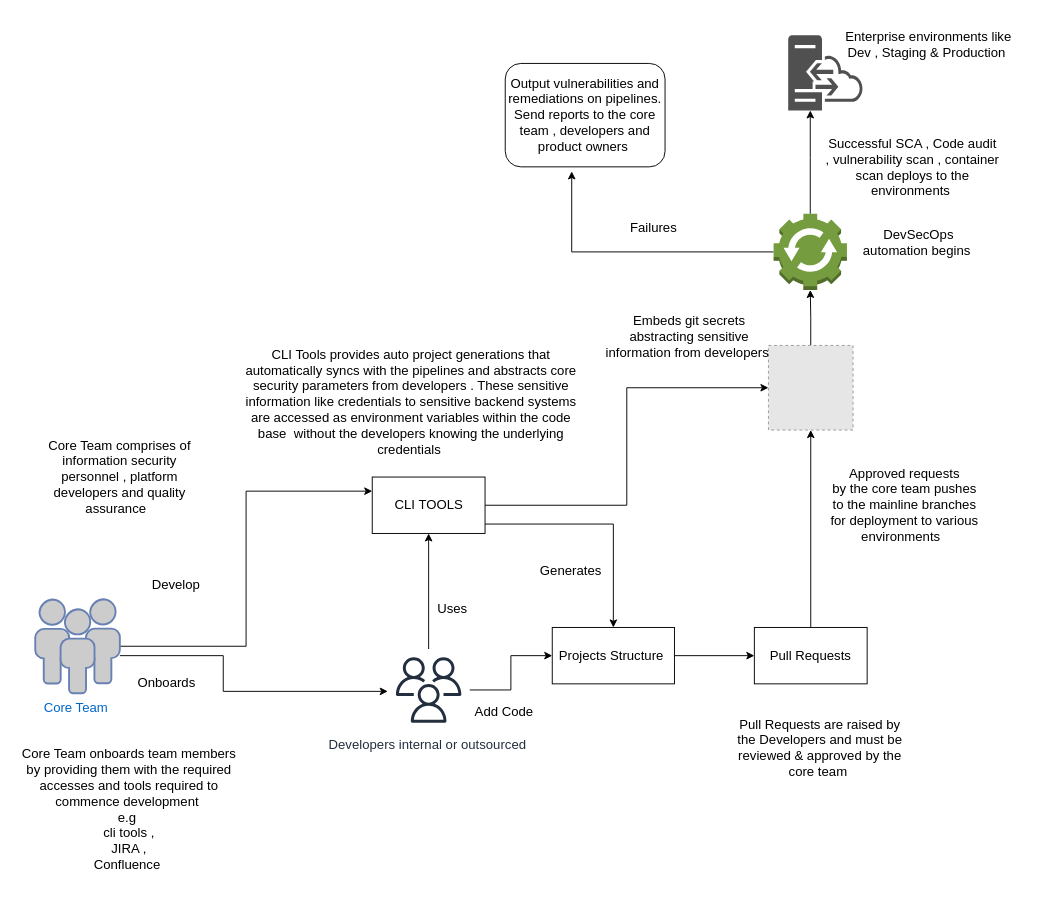
The draw.io diagram page "Internal process flow" (2 of 2) of icurity.drawio in tyger-rareatom/consulting-architectures, before the edit. Source tidied: cells renumbered, new cells numbered last; positions are measured from the earlier drawing's top-left corner, leaving out a move shared by most shapes. Both pictures are drawn from the tidied source at 94%, with x=0, y=0 at pixel (16, 16). Pictures stored in the file or linked from it are replaced by grey dashed boxes.
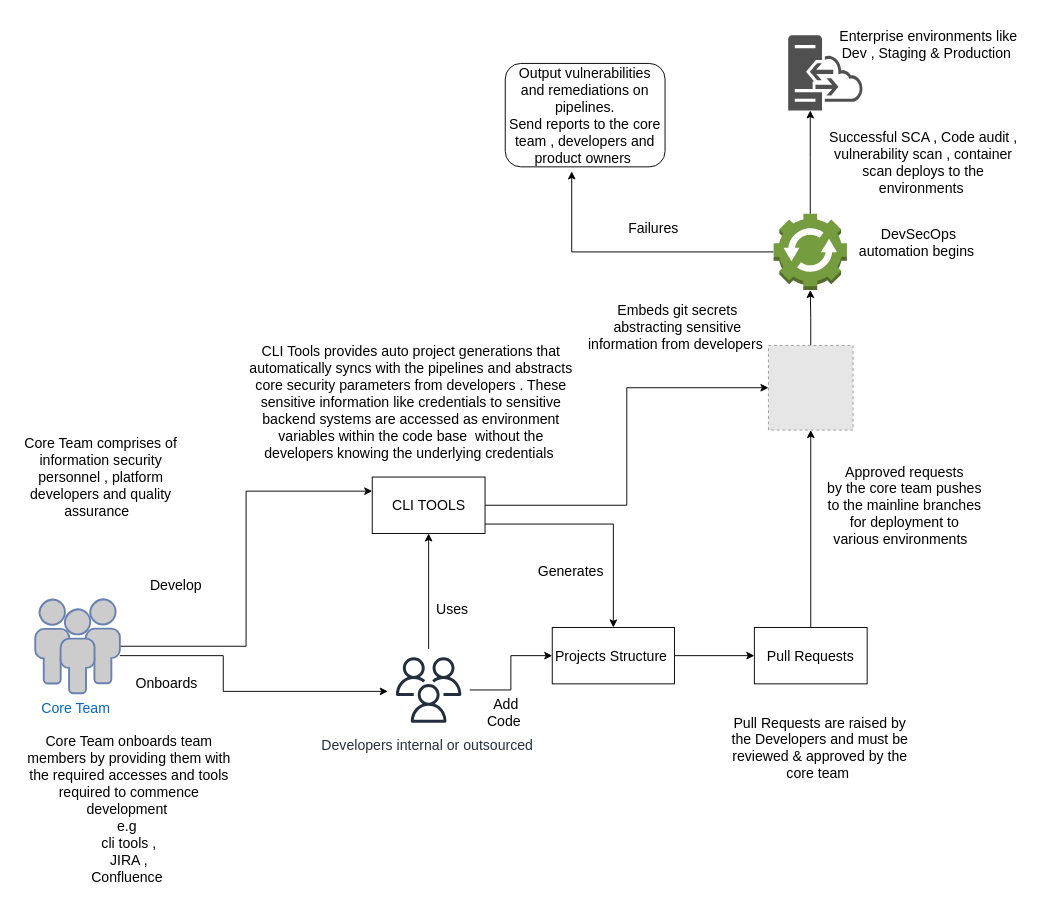
Above is the later version.

Commit message:
optimizing the process

The edit, as a diff of the source:
```diff
@@
-    <mxCell id="2" style="edgeStyle=orthogonalEdgeStyle;rounded=0;jettySize=auto;html=1;fontSize=14;" parent="1" edge="1" source="4" target="7">
+    <mxCell id="2" style="edgeStyle=orthogonalEdgeStyle;rounded=0;jettySize=auto;html=1;fontSize=15;" parent="1" edge="1" source="4" target="7">
       <mxGeometry relative="1" as="geometry">
         <Array as="points">
           <mxPoint x="220" y="680" />
           <mxPoint x="220" y="718" />
         </Array>
       </mxGeometry>
     </mxCell>
-    <mxCell id="3" style="edgeStyle=orthogonalEdgeStyle;rounded=0;jettySize=auto;html=1;entryX=0;entryY=0.25;entryDx=0;entryDy=0;fontSize=14;" parent="1" edge="1" source="4" target="12">
+    <mxCell id="3" style="edgeStyle=orthogonalEdgeStyle;rounded=0;jettySize=auto;html=1;entryX=0;entryY=0.25;entryDx=0;entryDy=0;fontSize=15;" parent="1" edge="1" source="4" target="12">
       <mxGeometry relative="1" as="geometry" />
     </mxCell>
-    <mxCell id="4" value="Core Team&amp;nbsp;" style="fontColor=#0066CC;verticalAlign=top;verticalLabelPosition=bottom;labelPosition=center;align=center;html=1;outlineConnect=0;fillColor=#CCCCCC;strokeColor=#6881B3;gradientColor=none;gradientDirection=north;strokeWidth=2;shape=mxgraph.networks.users;fontSize=14;" parent="1" vertex="1">
+    <mxCell id="4" value="Core Team&amp;nbsp;" style="fontColor=#0066CC;verticalAlign=top;verticalLabelPosition=bottom;labelPosition=center;align=center;html=1;outlineConnect=0;fillColor=#CCCCCC;strokeColor=#6881B3;gradientColor=none;gradientDirection=north;strokeWidth=2;shape=mxgraph.networks.users;fontSize=15;" parent="1" vertex="1">
       <mxGeometry x="20" y="620" width="90" height="100" as="geometry" />
     </mxCell>
-    <mxCell id="5" style="edgeStyle=orthogonalEdgeStyle;rounded=0;jettySize=auto;html=1;entryX=0.5;entryY=1;entryDx=0;entryDy=0;fontSize=14;" parent="1" edge="1" source="7" target="12">
+    <mxCell id="5" style="edgeStyle=orthogonalEdgeStyle;rounded=0;jettySize=auto;html=1;entryX=0.5;entryY=1;entryDx=0;entryDy=0;fontSize=15;" parent="1" edge="1" source="7" target="12">
       <mxGeometry relative="1" as="geometry" />
     </mxCell>
-    <mxCell id="6" style="edgeStyle=orthogonalEdgeStyle;rounded=0;jettySize=auto;html=1;entryX=0;entryY=0.5;entryDx=0;entryDy=0;fontSize=14;" parent="1" edge="1" source="7" target="20">
+    <mxCell id="6" style="edgeStyle=orthogonalEdgeStyle;rounded=0;jettySize=auto;html=1;entryX=0;entryY=0.5;entryDx=0;entryDy=0;fontSize=15;" parent="1" edge="1" source="7" target="20">
       <mxGeometry relative="1" as="geometry" />
     </mxCell>
-    <mxCell id="7" value="&lt;font style=&quot;font-size: 14px&quot;&gt;Developers internal or outsourced&amp;nbsp;&lt;/font&gt;" style="sketch=0;outlineConnect=0;fontColor=#232F3E;gradientColor=none;strokeColor=#232F3E;fillColor=#ffffff;dashed=0;verticalLabelPosition=bottom;verticalAlign=top;align=center;html=1;fontSize=14;fontStyle=0;shape=mxgraph.aws4.resourceIcon;resIcon=mxgraph.aws4.users;" parent="1" vertex="1">
+    <mxCell id="7" value="&lt;font style=&quot;font-size: 15px;&quot;&gt;Developers internal or outsourced&amp;nbsp;&lt;/font&gt;" style="sketch=0;outlineConnect=0;fontColor=#232F3E;gradientColor=none;strokeColor=#232F3E;fillColor=#ffffff;dashed=0;verticalLabelPosition=bottom;verticalAlign=top;align=center;html=1;fontSize=15;fontStyle=0;shape=mxgraph.aws4.resourceIcon;resIcon=mxgraph.aws4.users;" parent="1" vertex="1">
       <mxGeometry x="395" y="673" width="87" height="87" as="geometry" />
     </mxCell>
-    <mxCell id="8" value="&lt;font style=&quot;font-size: 14px&quot;&gt;Core Team onboards team members by providing them with the required accesses and tools required to commence development&amp;nbsp;&lt;br style=&quot;font-size: 14px;&quot;&gt;e.g&amp;nbsp;&lt;br style=&quot;font-size: 14px;&quot;&gt;cli tools ,&lt;br style=&quot;font-size: 14px;&quot;&gt;JIRA ,&lt;br style=&quot;font-size: 14px;&quot;&gt;Confluence&amp;nbsp;&lt;/font&gt;" style="text;html=1;strokeColor=none;fillColor=none;align=center;verticalAlign=middle;whiteSpace=wrap;rounded=0;fontSize=14;" parent="1" vertex="1">
+    <mxCell id="8" value="&lt;font style=&quot;font-size: 15px;&quot;&gt;Core Team onboards team members by providing them with the required accesses and tools required to commence development&amp;nbsp;&lt;br style=&quot;font-size: 15px;&quot;&gt;e.g&amp;nbsp;&lt;br style=&quot;font-size: 15px;&quot;&gt;cli tools ,&lt;br style=&quot;font-size: 15px;&quot;&gt;JIRA ,&lt;br style=&quot;font-size: 15px;&quot;&gt;Confluence&amp;nbsp;&lt;/font&gt;" style="text;html=1;strokeColor=none;fillColor=none;align=center;verticalAlign=middle;whiteSpace=wrap;rounded=0;fontSize=15;" parent="1" vertex="1">
       <mxGeometry y="780" width="240" height="125" as="geometry" />
     </mxCell>
-    <mxCell id="9" value="&lt;font style=&quot;font-size: 14px&quot;&gt;Core Team comprises of information security personnel , platform developers and quality assurance&amp;nbsp;&amp;nbsp;&lt;/font&gt;" style="text;html=1;strokeColor=none;fillColor=none;align=center;verticalAlign=middle;whiteSpace=wrap;rounded=0;fontSize=14;" parent="1" vertex="1">
-      <mxGeometry x="20" y="420" width="180" height="140" as="geometry" />
+    <mxCell id="9" value="&lt;font style=&quot;font-size: 15px;&quot;&gt;Core Team comprises of information security personnel , platform developers and quality assurance&amp;nbsp;&amp;nbsp;&lt;/font&gt;" style="text;html=1;strokeColor=none;fillColor=none;align=center;verticalAlign=middle;whiteSpace=wrap;rounded=0;fontSize=15;" parent="1" vertex="1">
+      <mxGeometry y="420" width="180" height="140" as="geometry" />
     </mxCell>
-    <mxCell id="10" style="edgeStyle=orthogonalEdgeStyle;rounded=0;jettySize=auto;html=1;entryX=0;entryY=0.5;entryDx=0;entryDy=0;fontSize=14;" parent="1" edge="1" source="12" target="17">
+    <mxCell id="10" style="edgeStyle=orthogonalEdgeStyle;rounded=0;jettySize=auto;html=1;entryX=0;entryY=0.5;entryDx=0;entryDy=0;fontSize=15;" parent="1" edge="1" source="12" target="17">
       <mxGeometry relative="1" as="geometry" />
     </mxCell>
-    <mxCell id="11" style="edgeStyle=orthogonalEdgeStyle;rounded=0;jettySize=auto;html=1;fontSize=14;" parent="1" edge="1" source="12" target="20">
+    <mxCell id="11" style="edgeStyle=orthogonalEdgeStyle;rounded=0;jettySize=auto;html=1;fontSize=15;" parent="1" edge="1" source="12" target="20">
       <mxGeometry relative="1" as="geometry">
         <Array as="points">
           <mxPoint x="635" y="540" />
         </Array>
       </mxGeometry>
     </mxCell>
-    <mxCell id="12" value="CLI TOOLS" style="rounded=0;whiteSpace=wrap;html=1;fontSize=14;" parent="1" vertex="1">
+    <mxCell id="12" value="CLI TOOLS" style="rounded=0;whiteSpace=wrap;html=1;fontSize=15;" parent="1" vertex="1">
       <mxGeometry x="378.5" y="490" width="120" height="60" as="geometry" />
     </mxCell>
-    <mxCell id="13" value="Develop" style="text;html=1;strokeColor=none;fillColor=none;align=center;verticalAlign=middle;whiteSpace=wrap;rounded=0;fontSize=14;" parent="1" vertex="1">
+    <mxCell id="13" value="Develop" style="text;html=1;strokeColor=none;fillColor=none;align=center;verticalAlign=middle;whiteSpace=wrap;rounded=0;fontSize=15;" parent="1" vertex="1">
       <mxGeometry x="130" y="590" width="80" height="30" as="geometry" />
     </mxCell>
-    <mxCell id="14" value="Onboards" style="text;html=1;strokeColor=none;fillColor=none;align=center;verticalAlign=middle;whiteSpace=wrap;rounded=0;fontSize=14;" parent="1" vertex="1">
+    <mxCell id="14" value="Onboards" style="text;html=1;strokeColor=none;fillColor=none;align=center;verticalAlign=middle;whiteSpace=wrap;rounded=0;fontSize=15;" parent="1" vertex="1">
       <mxGeometry x="120" y="698" width="80" height="22" as="geometry" />
     </mxCell>
-    <mxCell id="15" value="&lt;font style=&quot;font-size: 14px&quot;&gt;CLI Tools provides auto project generations that automatically syncs with the pipelines and abstracts core security parameters from developers . These sensitive information like credentials to sensitive backend systems are accessed as environment variables within the code base&amp;nbsp; without the developers knowing the underlying credentials&amp;nbsp;&lt;/font&gt;" style="text;html=1;strokeColor=none;fillColor=none;align=center;verticalAlign=middle;whiteSpace=wrap;rounded=0;fontSize=14;" parent="1" vertex="1">
+    <mxCell id="15" value="&lt;font style=&quot;font-size: 15px;&quot;&gt;CLI Tools provides auto project generations that automatically syncs with the pipelines and abstracts core security parameters from developers . These sensitive information like credentials to sensitive backend systems are accessed as environment variables within the code base&amp;nbsp; without the developers knowing the underlying credentials&amp;nbsp;&lt;/font&gt;" style="text;html=1;strokeColor=none;fillColor=none;align=center;verticalAlign=middle;whiteSpace=wrap;rounded=0;fontSize=15;" parent="1" vertex="1">
       <mxGeometry x="240" y="350" width="360" height="120" as="geometry" />
     </mxCell>
-    <mxCell id="16" style="edgeStyle=orthogonalEdgeStyle;rounded=0;jettySize=auto;html=1;fontSize=14;" parent="1" edge="1" source="17" target="31">
+    <mxCell id="16" style="edgeStyle=orthogonalEdgeStyle;rounded=0;jettySize=auto;html=1;fontSize=15;" parent="1" edge="1" source="17" target="31">
       <mxGeometry relative="1" as="geometry" />
     </mxCell>
-    <mxCell id="17" style="fillColor=#E6E6E6;strokeColor=#999999;dashed=1;html=1;verticalAlign=top;verticalLabelPosition=bottom;labelBackgroundColor=#ffffff;fontSize=14;" parent="1" vertex="1">
+    <mxCell id="17" style="fillColor=#E6E6E6;strokeColor=#999999;dashed=1;html=1;verticalAlign=top;verticalLabelPosition=bottom;labelBackgroundColor=#ffffff;fontSize=15;" parent="1" vertex="1">
       <mxGeometry x="800" y="350" width="90" height="90" as="geometry" />
     </mxCell>
-    <mxCell id="18" value="&lt;font style=&quot;font-size: 14px&quot;&gt;Embeds git secrets abstracting sensitive information from developers&amp;nbsp;&lt;/font&gt;" style="text;html=1;strokeColor=none;fillColor=none;align=center;verticalAlign=middle;whiteSpace=wrap;rounded=0;fontSize=14;" parent="1" vertex="1">
-      <mxGeometry x="625.5" y="291" width="180" height="100" as="geometry" />
+    <mxCell id="18" value="&lt;font style=&quot;font-size: 15px;&quot;&gt;Embeds git secrets abstracting sensitive information from developers&amp;nbsp;&lt;/font&gt;" style="text;html=1;strokeColor=none;fillColor=none;align=center;verticalAlign=middle;whiteSpace=wrap;rounded=0;fontSize=15;" parent="1" vertex="1">
+      <mxGeometry x="601" y="280" width="204.5" height="100" as="geometry" />
     </mxCell>
-    <mxCell id="19" style="edgeStyle=orthogonalEdgeStyle;rounded=0;jettySize=auto;html=1;fontSize=14;" parent="1" edge="1" source="20" target="25">
+    <mxCell id="19" style="edgeStyle=orthogonalEdgeStyle;rounded=0;jettySize=auto;html=1;fontSize=15;" parent="1" edge="1" source="20" target="25">
       <mxGeometry relative="1" as="geometry" />
     </mxCell>
-    <mxCell id="20" value="&lt;span style=&quot;font-size: 14px&quot;&gt;Projects Structure&amp;nbsp;&lt;/span&gt;" style="rounded=0;whiteSpace=wrap;html=1;fontSize=14;" parent="1" vertex="1">
+    <mxCell id="20" value="&lt;span style=&quot;font-size: 15px;&quot;&gt;Projects Structure&amp;nbsp;&lt;/span&gt;" style="rounded=0;whiteSpace=wrap;html=1;fontSize=15;" parent="1" vertex="1">
       <mxGeometry x="570" y="650" width="130" height="60" as="geometry" />
     </mxCell>
-    <mxCell id="21" value="Uses&amp;nbsp;" style="text;html=1;strokeColor=none;fillColor=none;align=center;verticalAlign=middle;whiteSpace=wrap;rounded=0;fontSize=14;" parent="1" vertex="1">
+    <mxCell id="21" value="Uses&amp;nbsp;" style="text;html=1;strokeColor=none;fillColor=none;align=center;verticalAlign=middle;whiteSpace=wrap;rounded=0;fontSize=15;" parent="1" vertex="1">
       <mxGeometry x="446" y="620" width="40" height="20" as="geometry" />
     </mxCell>
-    <mxCell id="22" value="Generates" style="text;html=1;strokeColor=none;fillColor=none;align=center;verticalAlign=middle;whiteSpace=wrap;rounded=0;fontSize=14;" parent="1" vertex="1">
+    <mxCell id="22" value="Generates" style="text;html=1;strokeColor=none;fillColor=none;align=center;verticalAlign=middle;whiteSpace=wrap;rounded=0;fontSize=15;" parent="1" vertex="1">
       <mxGeometry x="570" y="580" width="40" height="20" as="geometry" />
     </mxCell>
-    <mxCell id="23" value="Add Code&amp;nbsp;" style="text;html=1;strokeColor=none;fillColor=none;align=center;verticalAlign=middle;whiteSpace=wrap;rounded=0;fontSize=14;" parent="1" vertex="1">
+    <mxCell id="23" value="Add Code&amp;nbsp;" style="text;html=1;strokeColor=none;fillColor=none;align=center;verticalAlign=middle;whiteSpace=wrap;rounded=0;fontSize=15;" parent="1" vertex="1">
       <mxGeometry x="486" y="730" width="70" height="20" as="geometry" />
     </mxCell>
-    <mxCell id="24" style="edgeStyle=orthogonalEdgeStyle;rounded=0;jettySize=auto;html=1;fontSize=14;" parent="1" edge="1" source="25" target="17">
+    <mxCell id="24" style="edgeStyle=orthogonalEdgeStyle;rounded=0;jettySize=auto;html=1;fontSize=15;" parent="1" edge="1" source="25" target="17">
       <mxGeometry relative="1" as="geometry" />
     </mxCell>
-    <mxCell id="25" value="&lt;span style=&quot;font-size: 14px&quot;&gt;Pull Requests&lt;/span&gt;" style="rounded=0;whiteSpace=wrap;html=1;fontSize=14;" parent="1" vertex="1">
+    <mxCell id="25" value="&lt;span style=&quot;font-size: 15px;&quot;&gt;Pull Requests&lt;/span&gt;" style="rounded=0;whiteSpace=wrap;html=1;fontSize=15;" parent="1" vertex="1">
       <mxGeometry x="785" y="650" width="120" height="60" as="geometry" />
     </mxCell>
-    <mxCell id="26" value="&lt;font style=&quot;font-size: 14px&quot;&gt;Pull Requests are raised by the Developers and must be reviewed &amp;amp; approved by the core team&amp;nbsp;&lt;/font&gt;" style="text;html=1;strokeColor=none;fillColor=none;align=center;verticalAlign=middle;whiteSpace=wrap;rounded=0;fontSize=14;" parent="1" vertex="1">
+    <mxCell id="26" value="&lt;font style=&quot;font-size: 15px;&quot;&gt;Pull Requests are raised by the Developers and must be reviewed &amp;amp; approved by the core team&amp;nbsp;&lt;/font&gt;" style="text;html=1;strokeColor=none;fillColor=none;align=center;verticalAlign=middle;whiteSpace=wrap;rounded=0;fontSize=15;" parent="1" vertex="1">
       <mxGeometry x="760" y="720" width="190" height="115" as="geometry" />
     </mxCell>
-    <mxCell id="27" value="&lt;font style=&quot;font-size: 14px&quot;&gt;Approved requests&lt;br style=&quot;font-size: 14px;&quot;&gt;by the core team pushes to the mainline branches for deployment to various environments&amp;nbsp;&amp;nbsp;&lt;/font&gt;" style="text;html=1;strokeColor=none;fillColor=none;align=center;verticalAlign=middle;whiteSpace=wrap;rounded=0;fontSize=14;" parent="1" vertex="1">
+    <mxCell id="27" value="&lt;font style=&quot;font-size: 15px;&quot;&gt;Approved requests&lt;br style=&quot;font-size: 15px;&quot;&gt;by the core team pushes to the mainline branches for deployment to various environments&amp;nbsp;&amp;nbsp;&lt;/font&gt;" style="text;html=1;strokeColor=none;fillColor=none;align=center;verticalAlign=middle;whiteSpace=wrap;rounded=0;fontSize=15;" parent="1" vertex="1">
       <mxGeometry x="860" y="465" width="170" height="110" as="geometry" />
     </mxCell>
-    <mxCell id="28" style="sketch=0;shadow=0;dashed=0;html=1;strokeColor=none;fillColor=#505050;labelPosition=center;verticalLabelPosition=bottom;verticalAlign=top;outlineConnect=0;align=center;shape=mxgraph.office.servers.hybrid_server;fontSize=14;" parent="1" vertex="1">
+    <mxCell id="28" style="sketch=0;shadow=0;dashed=0;html=1;strokeColor=none;fillColor=#505050;labelPosition=center;verticalLabelPosition=bottom;verticalAlign=top;outlineConnect=0;align=center;shape=mxgraph.office.servers.hybrid_server;fontSize=15;" parent="1" vertex="1">
       <mxGeometry x="821" y="20" width="79" height="80" as="geometry" />
     </mxCell>
-    <mxCell id="29" style="edgeStyle=orthogonalEdgeStyle;rounded=0;jettySize=auto;html=1;fontSize=14;" parent="1" edge="1" source="31" target="28">
+    <mxCell id="29" style="edgeStyle=orthogonalEdgeStyle;rounded=0;jettySize=auto;html=1;fontSize=15;" parent="1" edge="1" source="31" target="28">
       <mxGeometry relative="1" as="geometry">
         <Array as="points">
           <mxPoint x="845" y="150" />
           <mxPoint x="845" y="150" />
         </Array>
       </mxGeometry>
     </mxCell>
-    <mxCell id="30" style="edgeStyle=orthogonalEdgeStyle;rounded=0;jettySize=auto;html=1;entryX=0.416;entryY=1.044;entryDx=0;entryDy=0;entryPerimeter=0;fontSize=14;" parent="1" edge="1" source="31" target="35">
+    <mxCell id="30" style="edgeStyle=orthogonalEdgeStyle;rounded=0;jettySize=auto;html=1;entryX=0.416;entryY=1.044;entryDx=0;entryDy=0;entryPerimeter=0;fontSize=15;" parent="1" edge="1" source="31" target="35">
       <mxGeometry relative="1" as="geometry" />
     </mxCell>
-    <mxCell id="31" style="outlineConnect=0;dashed=0;verticalLabelPosition=bottom;verticalAlign=top;align=center;html=1;shape=mxgraph.aws3.automation;fillColor=#759C3E;gradientColor=none;fontSize=14;" parent="1" vertex="1">
+    <mxCell id="31" style="outlineConnect=0;dashed=0;verticalLabelPosition=bottom;verticalAlign=top;align=center;html=1;shape=mxgraph.aws3.automation;fillColor=#759C3E;gradientColor=none;fontSize=15;" parent="1" vertex="1">
       <mxGeometry x="805.5" y="210" width="78" height="81" as="geometry" />
     </mxCell>
-    <mxCell id="32" value="&lt;font style=&quot;font-size: 14px&quot;&gt;DevSecOps automation begins&amp;nbsp;&lt;/font&gt;" style="text;html=1;strokeColor=none;fillColor=none;align=center;verticalAlign=middle;whiteSpace=wrap;rounded=0;fontSize=14;" parent="1" vertex="1">
+    <mxCell id="32" value="&lt;font style=&quot;font-size: 15px;&quot;&gt;DevSecOps automation begins&amp;nbsp;&lt;/font&gt;" style="text;html=1;strokeColor=none;fillColor=none;align=center;verticalAlign=middle;whiteSpace=wrap;rounded=0;fontSize=15;" parent="1" vertex="1">
       <mxGeometry x="890" y="220" width="140" height="40" as="geometry" />
     </mxCell>
-    <mxCell id="33" value="&lt;font style=&quot;font-size: 14px&quot;&gt;Enterprise environments like Dev , Staging &amp;amp; Production&amp;nbsp;&lt;/font&gt;" style="text;html=1;strokeColor=none;fillColor=none;align=center;verticalAlign=middle;whiteSpace=wrap;rounded=0;fontSize=14;" parent="1" vertex="1">
+    <mxCell id="33" value="&lt;font style=&quot;font-size: 15px;&quot;&gt;Enterprise environments like Dev , Staging &amp;amp; Production&amp;nbsp;&lt;/font&gt;" style="text;html=1;strokeColor=none;fillColor=none;align=center;verticalAlign=middle;whiteSpace=wrap;rounded=0;fontSize=15;" parent="1" vertex="1">
       <mxGeometry x="872.5" width="195" height="60" as="geometry" />
     </mxCell>
-    <mxCell id="34" value="&lt;font style=&quot;font-size: 14px&quot;&gt;Successful SCA , Code audit , vulnerability scan , container scan deploys to the environments&amp;nbsp;&lt;/font&gt;" style="text;html=1;strokeColor=none;fillColor=none;align=center;verticalAlign=middle;whiteSpace=wrap;rounded=0;fontSize=14;" parent="1" vertex="1">
-      <mxGeometry x="860" y="130" width="187" height="60" as="geometry" />
+    <mxCell id="34" value="&lt;font style=&quot;font-size: 15px;&quot;&gt;Successful SCA , Code audit , vulnerability scan , container scan deploys to the environments&amp;nbsp;&lt;/font&gt;" style="text;html=1;strokeColor=none;fillColor=none;align=center;verticalAlign=middle;whiteSpace=wrap;rounded=0;fontSize=15;" parent="1" vertex="1">
+      <mxGeometry x="860" y="130" width="210" height="50" as="geometry" />
     </mxCell>
-    <mxCell id="35" value="&lt;font style=&quot;font-size: 14px&quot;&gt;Output vulnerabilities and remediations on pipelines.&lt;br style=&quot;font-size: 14px;&quot;&gt;Send reports to the core team , developers and product owners&amp;nbsp;&lt;/font&gt;" style="rounded=1;whiteSpace=wrap;html=1;fontSize=14;" parent="1" vertex="1">
+    <mxCell id="35" value="&lt;font style=&quot;font-size: 15px;&quot;&gt;Output vulnerabilities and remediations on pipelines.&lt;br style=&quot;font-size: 15px;&quot;&gt;Send reports to the core team , developers and product owners&amp;nbsp;&lt;/font&gt;" style="rounded=1;whiteSpace=wrap;html=1;fontSize=15;" parent="1" vertex="1">
       <mxGeometry x="520" y="50" width="170" height="110" as="geometry" />
     </mxCell>
-    <mxCell id="36" value="&lt;font style=&quot;font-size: 14px&quot;&gt;Failures&amp;nbsp;&lt;/font&gt;" style="text;html=1;strokeColor=none;fillColor=none;align=center;verticalAlign=middle;whiteSpace=wrap;rounded=0;fontSize=14;" parent="1" vertex="1">
+    <mxCell id="36" value="&lt;font style=&quot;font-size: 15px;&quot;&gt;Failures&amp;nbsp;&lt;/font&gt;" style="text;html=1;strokeColor=none;fillColor=none;align=center;verticalAlign=middle;whiteSpace=wrap;rounded=0;fontSize=15;" parent="1" vertex="1">
       <mxGeometry x="640" y="210" width="80" height="30" as="geometry" />
     </mxCell>
```
